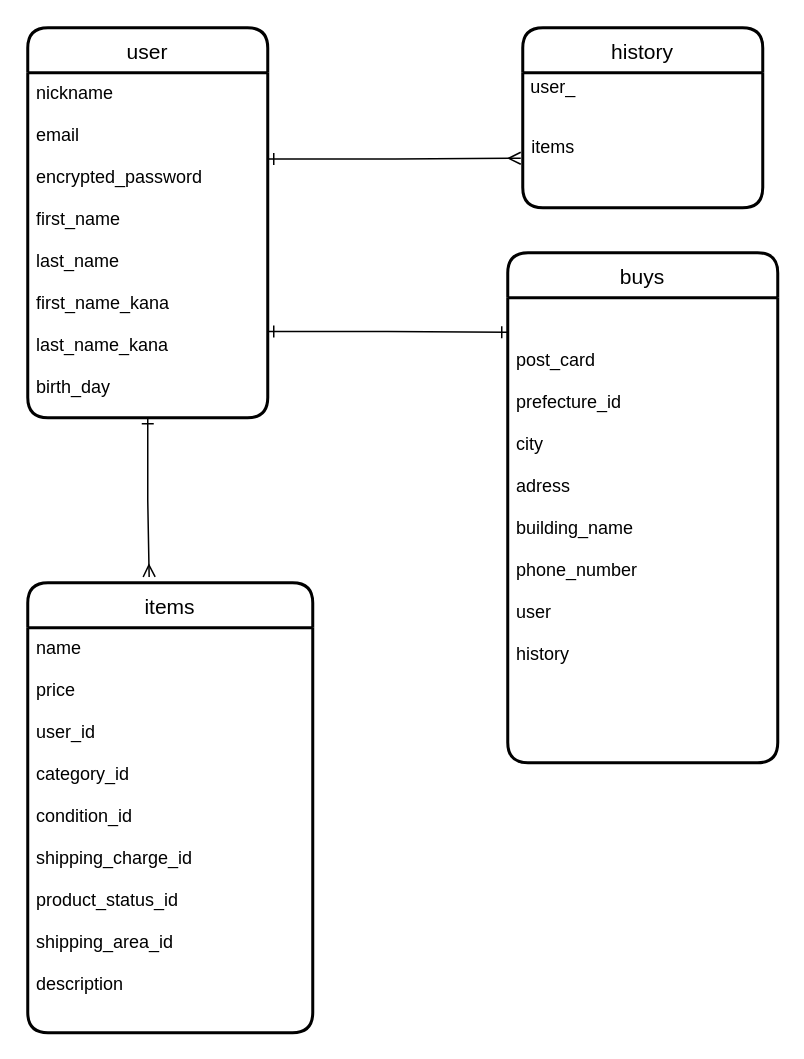
This is test.dio from Masato0530/furima-35867, a draw.io file, before an edit. Source tidied: cells renumbered, new cells numbered last; positions are measured from the earlier drawing's top-left corner, leaving out a move shared by most shapes. Both pictures are drawn from the tidied source at 150%, with x=0, y=0 at pixel (27, 27).
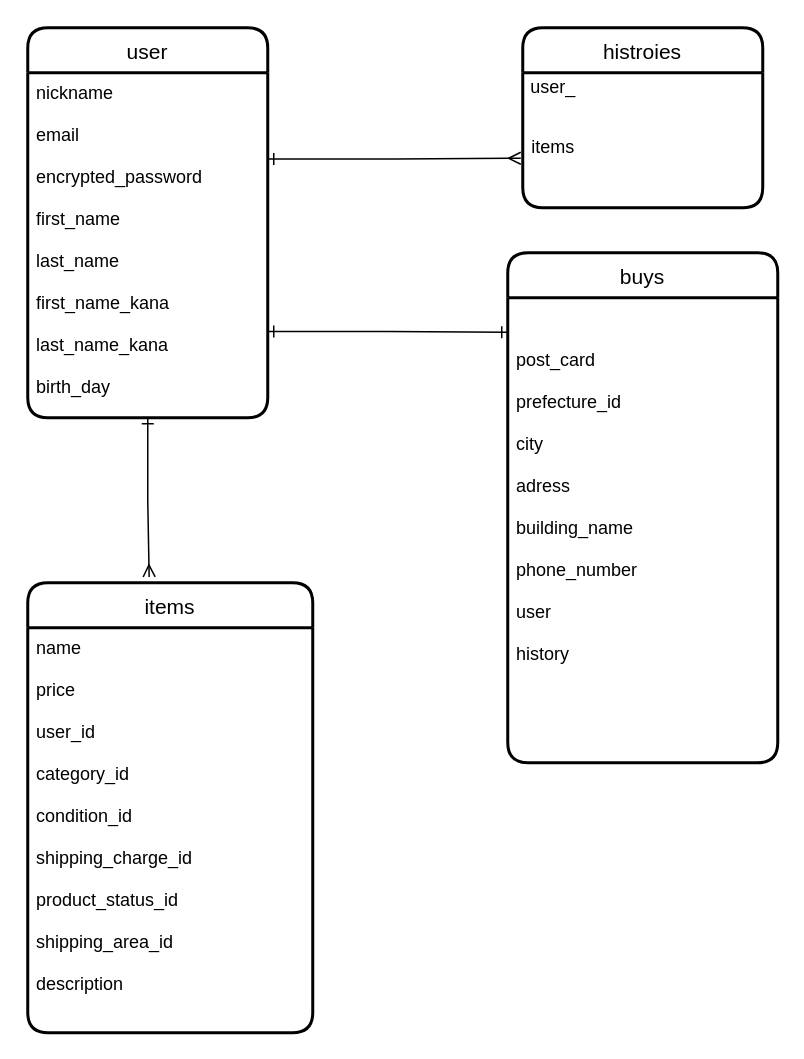
The same page after the edit.

Change to the diagram source:
```diff
@@
 <mxGraphModel>
   <root>
     <mxCell id="0" />
     <mxCell id="1" parent="0" />
     <mxCell id="2" value="items" style="swimlane;horizontal=1;startSize=30;rounded=1;fontSize=14;fontStyle=0;strokeWidth=2;shadow=0;dashed=0;align=center;fillColor=none;" parent="1" vertex="1">
       <mxGeometry y="370" width="190" height="300" as="geometry" />
     </mxCell>
     <mxCell id="3" value="name&#10;&#10;price&#10;&#10;user_id&#10;&#10;category_id&#10;&#10;condition_id&#10;&#10;shipping_charge_id&#10;&#10;product_status_id&#10;&#10;shipping_area_id&#10;&#10;description" style="align=left;strokeColor=none;fillColor=none;spacingLeft=4;fontSize=12;verticalAlign=top;" parent="2" vertex="1">
       <mxGeometry y="30" width="190" height="270" as="geometry" />
     </mxCell>
-    <mxCell id="4" value="history" style="swimlane;horizontal=1;startSize=30;rounded=1;fontSize=14;fontStyle=0;strokeWidth=2;shadow=0;dashed=0;align=center;fillColor=none;" parent="1" vertex="1">
+    <mxCell id="4" value="histroies" style="swimlane;horizontal=1;startSize=30;rounded=1;fontSize=14;fontStyle=0;strokeWidth=2;shadow=0;dashed=0;align=center;fillColor=none;" parent="1" vertex="1">
       <mxGeometry x="330" width="160" height="120" as="geometry" />
     </mxCell>
     <mxCell id="5" value="buys" style="swimlane;horizontal=1;startSize=30;rounded=1;fontSize=14;fontStyle=0;strokeWidth=2;shadow=0;dashed=0;align=center;fillColor=none;" parent="1" vertex="1">
       <mxGeometry x="320" y="150" width="180" height="340" as="geometry" />
     </mxCell>
     <mxCell id="6" value="&#10;&#10;post_card&#10;&#10;prefecture_id&#10;&#10;city&#10;&#10;adress&#10;&#10;building_name&#10;&#10;phone_number&#10;&#10;user&#10;&#10;history&#10;&#10;" style="align=left;strokeColor=none;fillColor=none;spacingLeft=4;fontSize=12;verticalAlign=top;" parent="5" vertex="1">
       <mxGeometry y="30" width="180" height="310" as="geometry" />
     </mxCell>
     <mxCell id="7" style="edgeStyle=orthogonalEdgeStyle;rounded=0;orthogonalLoop=1;jettySize=auto;html=1;exitX=0.5;exitY=1;exitDx=0;exitDy=0;" parent="5" edge="1" source="6" target="6">
       <mxGeometry relative="1" as="geometry" />
     </mxCell>
     <mxCell id="8" style="edgeStyle=orthogonalEdgeStyle;rounded=0;orthogonalLoop=1;jettySize=auto;html=1;exitX=0.5;exitY=1;exitDx=0;exitDy=0;" parent="5" edge="1" source="6" target="6">
       <mxGeometry relative="1" as="geometry" />
     </mxCell>
     <mxCell id="9" style="edgeStyle=orthogonalEdgeStyle;rounded=0;orthogonalLoop=1;jettySize=auto;html=1;exitX=0.5;exitY=1;exitDx=0;exitDy=0;startArrow=ERone;startFill=0;endArrow=ERmany;endFill=0;" parent="5" edge="1" source="6" target="6">
       <mxGeometry relative="1" as="geometry" />
     </mxCell>
     <mxCell id="10" value="user_" style="text;html=1;align=center;verticalAlign=middle;" parent="1" vertex="1">
       <mxGeometry x="325" y="30" width="50" height="20" as="geometry" />
     </mxCell>
     <mxCell id="11" value="items" style="text;html=1;align=center;verticalAlign=middle;points=[];" parent="1" vertex="1">
       <mxGeometry x="330" y="70" width="40" height="20" as="geometry" />
     </mxCell>
     <mxCell id="12" value="user" style="swimlane;horizontal=1;startSize=30;rounded=1;fontSize=14;fontStyle=0;strokeWidth=2;shadow=0;dashed=0;align=center;" parent="1" vertex="1">
       <mxGeometry width="160" height="260" as="geometry" />
     </mxCell>
     <mxCell id="13" value="nickname&#10;&#10;email&#10;&#10;encrypted_password&#10;&#10;first_name&#10;&#10;last_name&#10;&#10;first_name_kana&#10;&#10;last_name_kana&#10;&#10;birth_day&#10;&#10;&#10;&#10;&#10;" style="align=left;strokeColor=none;fillColor=none;spacingLeft=4;fontSize=12;verticalAlign=top;" parent="12" vertex="1">
       <mxGeometry y="30" width="160" height="230" as="geometry" />
     </mxCell>
     <mxCell id="14" style="edgeStyle=orthogonalEdgeStyle;rounded=0;jettySize=auto;html=1;exitX=1;exitY=0.25;exitDx=0;exitDy=0;entryX=-0.033;entryY=0.85;entryDx=0;entryDy=0;entryPerimeter=0;startArrow=ERone;startFill=0;endArrow=ERmany;endFill=0;" parent="1" edge="1" source="13" target="11">
       <mxGeometry relative="1" as="geometry" />
     </mxCell>
     <mxCell id="15" style="edgeStyle=orthogonalEdgeStyle;rounded=0;jettySize=auto;html=1;exitX=0.5;exitY=1;exitDx=0;exitDy=0;entryX=0.426;entryY=-0.013;entryDx=0;entryDy=0;entryPerimeter=0;startArrow=ERone;startFill=0;endArrow=ERmany;endFill=0;" parent="1" edge="1" source="13" target="2">
       <mxGeometry relative="1" as="geometry" />
     </mxCell>
     <mxCell id="16" style="edgeStyle=orthogonalEdgeStyle;rounded=0;jettySize=auto;html=1;exitX=1;exitY=0.75;exitDx=0;exitDy=0;entryX=0;entryY=0.074;entryDx=0;entryDy=0;entryPerimeter=0;startArrow=ERone;startFill=0;endArrow=ERone;endFill=0;" parent="1" edge="1" source="13" target="6">
       <mxGeometry relative="1" as="geometry" />
     </mxCell>
   </root>
 </mxGraphModel>
```
